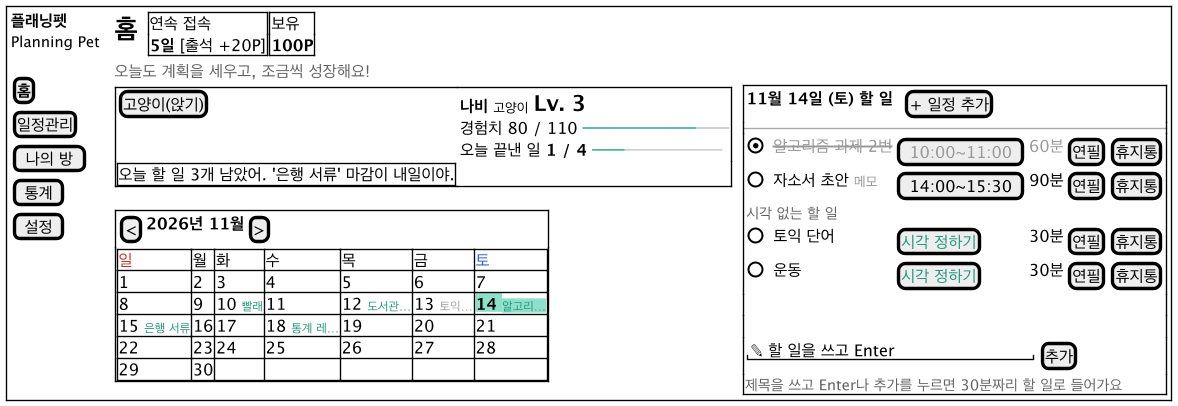
2026-2-software-system-design-11/planning-pet-app keeps this PlantUML diagram as docs/diagrams/ui-main.png. Above is the earlier version.
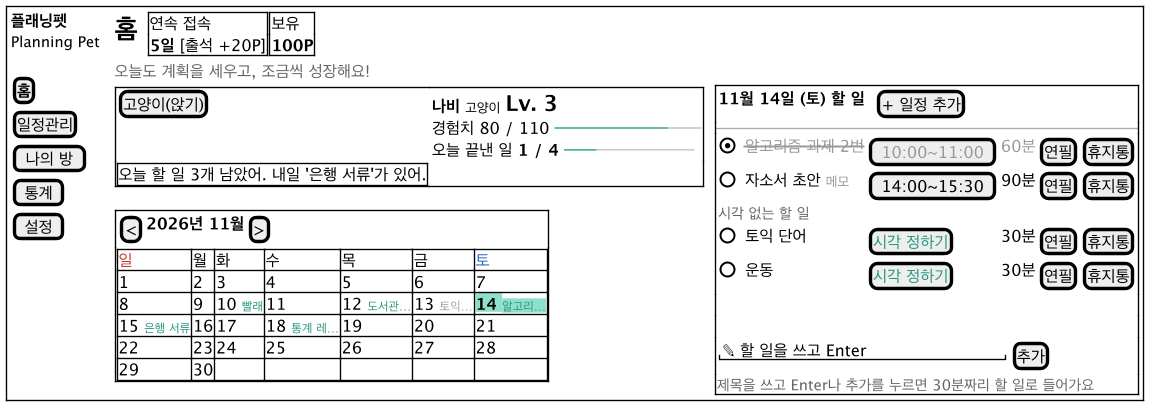
Above is the later version.

Diff of the diagram source:
```diff
@@ -23,7 +23,7 @@
             [고양이(앉기)] | { <b>나비</b> <size:10>고양이</size> <size:16><b>Lv. 3</b></size>
 경험치 80 / 110 <color:#4DB4A0>━━━━━━━</color><color:#CCCCCC>━━</color>
 오늘 끝낸 일 <b>1 / 4</b> <color:#4DB4A0>━━</color><color:#CCCCCC>━━━━━━</color> }
-            {+ 오늘 할 일 3개 남았어. '은행 서류' 마감이 내일이야. } | .
+            {+ 오늘 할 일 3개 남았어. 내일 '은행 서류'가 있어. } | .
           }
           .
           {+
```
